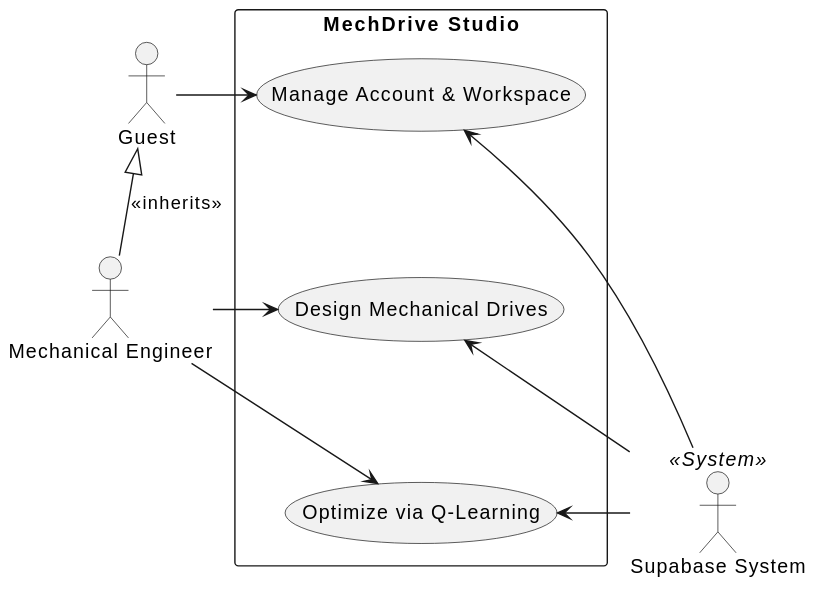
Before: docs/uml/uc_high_level.svg, a diagram exported from PlantUML (dvydinh/mechdrive).
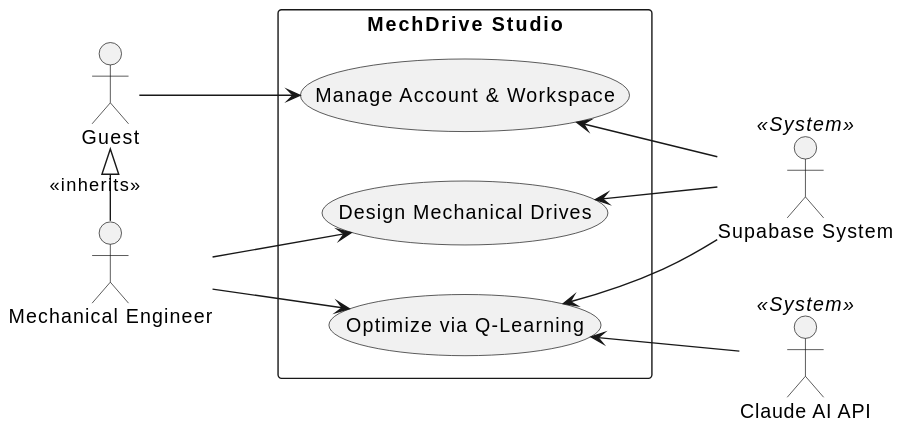
The same file after the commit.

Commit message:
chinh vi tri actor

What changed in the source:
```diff
@@ -1,9 +1,11 @@
 @startuml
+left to right direction
 skinparam packageStyle rectangle
 
 actor "Guest" as guest
 actor "Mechanical Engineer" as eng
 actor "Supabase System" as supa << System >>
+actor "Claude AI API" as claude << System >>
 
 package "MechDrive Studio" {
   usecase "Manage Account & Workspace" as UC1
@@ -11,16 +13,14 @@
   usecase "Optimize via Q-Learning" as UC3
 }
 
-UC1 -[hidden]down-> UC2
-UC2 -[hidden]down-> UC3
-
 guest <|- eng : <<inherits>>
 
-guest -right-> UC1
-eng -right-> UC2
-eng -right-> UC3
+guest --> UC1
+eng --> UC2
+eng --> UC3
 
-supa -left-> UC1
-supa -left-> UC2
-supa -left-> UC3
+UC1 <-- supa
+UC2 <-- supa
+UC3 <-- supa
+UC3 <-- claude
 @enduml
```
